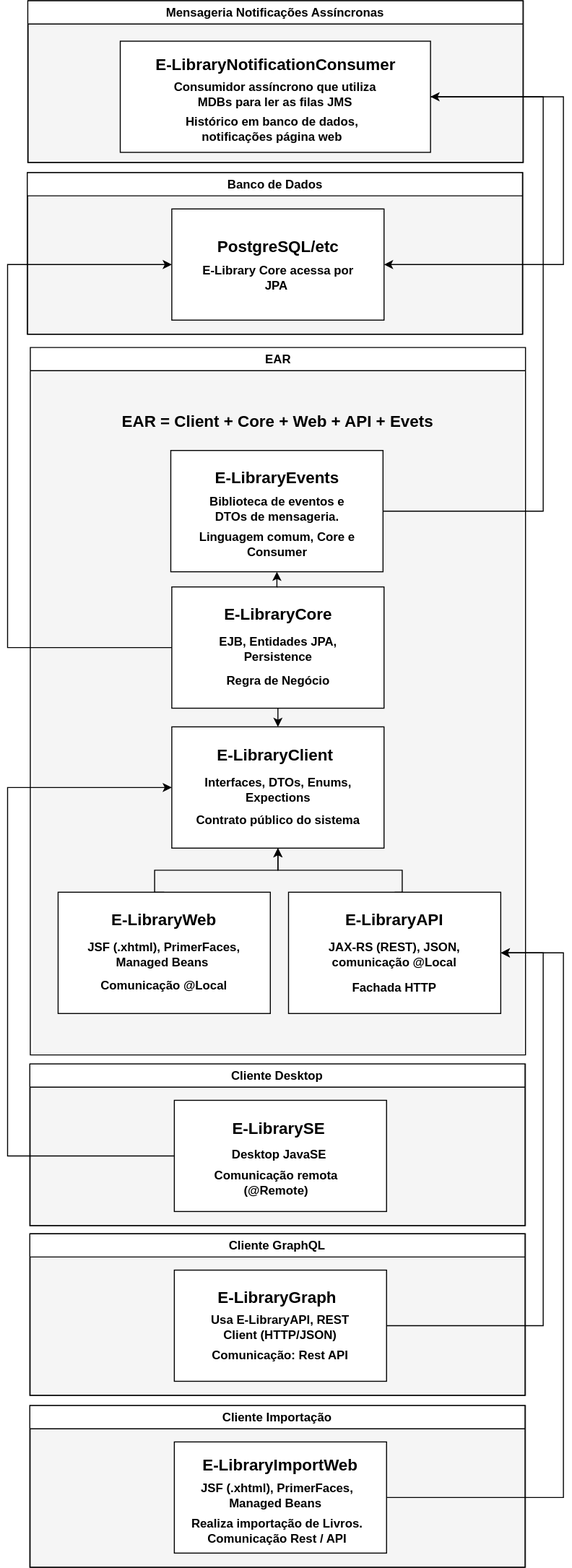
Above: assets/diagrama_ee.svg in michelleGomes85/E-Library (draw.io), before the change. Source tidied: cells renumbered, new cells last; positions are measured from the earlier drawing's top-left corner, leaving out a move shared by most shapes. Source of this version:
```xml
<mxGraphModel>
  <root>
    <mxCell id="0" />
    <mxCell id="1" parent="0" />
    <mxCell id="2" style="group;perimeterSpacing=30;fillColor=#f5f5f5;strokeColor=#666666;fontColor=#333333;" parent="1" vertex="1">
      <mxGeometry x="20" y="170" width="490" height="160" as="geometry" />
    </mxCell>
    <mxCell id="3" value="Banco de Dados" style="swimlane;whiteSpace=wrap;html=1;perimeterSpacing=0;" parent="2" vertex="1">
      <mxGeometry x="-0.5" width="490" height="160" as="geometry" />
    </mxCell>
    <mxCell id="4" style="rounded=0;whiteSpace=wrap;html=1;" parent="3" vertex="1">
      <mxGeometry x="143" y="36" width="210" height="110" as="geometry" />
    </mxCell>
    <mxCell id="5" value="&lt;font size=&quot;3&quot;&gt;&lt;b&gt;PostgreSQL/etc&lt;/b&gt;&lt;/font&gt;" style="text;html=1;whiteSpace=wrap;strokeColor=none;fillColor=none;align=center;verticalAlign=middle;rounded=0;" parent="3" vertex="1">
      <mxGeometry x="193" y="57.5" width="110" height="30" as="geometry" />
    </mxCell>
    <mxCell id="6" value="&lt;font style=&quot;font-size: 12px;&quot;&gt;&lt;b&gt;E-Library Core acessa por JPA&amp;nbsp;&lt;/b&gt;&lt;/font&gt;" style="text;html=1;whiteSpace=wrap;strokeColor=none;fillColor=none;align=center;verticalAlign=middle;rounded=0;" parent="3" vertex="1">
      <mxGeometry x="164.2" y="88.5" width="167.5" height="30" as="geometry" />
    </mxCell>
    <mxCell id="7" style="group;perimeterSpacing=30;fillColor=#f5f5f5;strokeColor=#666666;fontColor=#333333;" parent="1" vertex="1">
      <mxGeometry x="22.5" y="1220" width="490" height="160" as="geometry" />
    </mxCell>
    <mxCell id="8" value="Cliente GraphQL" style="swimlane;whiteSpace=wrap;html=1;perimeterSpacing=0;" parent="7" vertex="1">
      <mxGeometry x="-0.5" width="490" height="160" as="geometry" />
    </mxCell>
    <mxCell id="9" style="rounded=0;whiteSpace=wrap;html=1;" parent="8" vertex="1">
      <mxGeometry x="143" y="36" width="210" height="110" as="geometry" />
    </mxCell>
    <mxCell id="10" value="&lt;font size=&quot;3&quot;&gt;&lt;b&gt;E-LibraryGraph&lt;/b&gt;&lt;/font&gt;" style="text;html=1;whiteSpace=wrap;strokeColor=none;fillColor=none;align=center;verticalAlign=middle;rounded=0;" parent="8" vertex="1">
      <mxGeometry x="165" y="48" width="160" height="30" as="geometry" />
    </mxCell>
    <mxCell id="11" value="&lt;font style=&quot;font-size: 12px;&quot;&gt;&lt;b&gt;Usa E-LibraryAPI, REST Client (HTTP/JSON)&lt;/b&gt;&lt;/font&gt;" style="text;html=1;whiteSpace=wrap;strokeColor=none;fillColor=none;align=center;verticalAlign=middle;rounded=0;" parent="8" vertex="1">
      <mxGeometry x="164.2" y="78" width="167.5" height="30" as="geometry" />
    </mxCell>
    <mxCell id="12" value="&lt;b&gt;Comunicação: Rest API&lt;/b&gt;" style="text;html=1;whiteSpace=wrap;strokeColor=none;fillColor=none;align=center;verticalAlign=middle;rounded=0;" parent="8" vertex="1">
      <mxGeometry x="140" y="106" width="216" height="30" as="geometry" />
    </mxCell>
    <mxCell id="13" style="group;perimeterSpacing=30;fillColor=#f5f5f5;strokeColor=#666666;fontColor=#333333;" parent="1" vertex="1">
      <mxGeometry x="22.5" y="1390" width="490" height="160" as="geometry" />
    </mxCell>
    <mxCell id="14" value="Cliente Importação" style="swimlane;whiteSpace=wrap;html=1;perimeterSpacing=0;" parent="13" vertex="1">
      <mxGeometry x="-0.5" width="490" height="160" as="geometry" />
    </mxCell>
    <mxCell id="15" style="rounded=0;whiteSpace=wrap;html=1;" parent="14" vertex="1">
      <mxGeometry x="143" y="36" width="210" height="110" as="geometry" />
    </mxCell>
    <mxCell id="16" value="&lt;font size=&quot;3&quot;&gt;&lt;b&gt;E-LibraryImportWeb&lt;/b&gt;&lt;/font&gt;" style="text;html=1;whiteSpace=wrap;strokeColor=none;fillColor=none;align=center;verticalAlign=middle;rounded=0;" parent="14" vertex="1">
      <mxGeometry x="165.2" y="43.5" width="165.5" height="30" as="geometry" />
    </mxCell>
    <mxCell id="17" value="&lt;b&gt;JSF (.xhtml), PrimerFaces, Managed Beans&amp;nbsp;&lt;/b&gt;" style="text;html=1;whiteSpace=wrap;strokeColor=none;fillColor=none;align=center;verticalAlign=middle;rounded=0;" parent="14" vertex="1">
      <mxGeometry x="161.2" y="73.5" width="167.5" height="30" as="geometry" />
    </mxCell>
    <mxCell id="18" value="&lt;b&gt;Realiza importação de Livros. Comunicação Rest / API&lt;/b&gt;" style="text;html=1;whiteSpace=wrap;strokeColor=none;fillColor=none;align=center;verticalAlign=middle;rounded=0;" parent="14" vertex="1">
      <mxGeometry x="137" y="108.5" width="216" height="30" as="geometry" />
    </mxCell>
    <mxCell id="19" value="EAR" style="swimlane;whiteSpace=wrap;html=1;" parent="1" vertex="1">
      <mxGeometry x="22.5" y="343.1" width="490" height="700" as="geometry" />
    </mxCell>
    <mxCell id="20" style="group;perimeterSpacing=30;fillColor=#f5f5f5;strokeColor=none;fontColor=#333333;" parent="19" vertex="1">
      <mxGeometry x="2" y="24" width="486" height="675" as="geometry" />
    </mxCell>
    <mxCell id="21" value="&lt;span style=&quot;font-size: medium; font-weight: 700;&quot;&gt;EAR = Client + Core + Web + API + Evets&lt;/span&gt;" style="text;html=1;whiteSpace=wrap;strokeColor=none;fillColor=none;align=center;verticalAlign=middle;rounded=0;" parent="19" vertex="1">
      <mxGeometry x="88.6" y="56.9" width="312.8" height="32.7" as="geometry" />
    </mxCell>
    <mxCell id="22" value="&lt;span style=&quot;color: rgba(0, 0, 0, 0); font-family: monospace; font-size: 0px; text-align: start; text-wrap-mode: nowrap;&quot;&gt;%3CmxGraphModel%3E%3Croot%3E%3CmxCell%20id%3D%220%22%2F%3E%3CmxCell%20id%3D%221%22%20parent%3D%220%22%2F%3E%3CmxCell%20id%3D%222%22%20parent%3D%221%22%20style%3D%22rounded%3D0%3BwhiteSpace%3Dwrap%3Bhtml%3D1%3B%22%20value%3D%22%22%20vertex%3D%221%22%3E%3CmxGeometry%20height%3D%22110%22%20width%3D%22210%22%20x%3D%22261.5%22%20y%3D%22976%22%20as%3D%22geometry%22%2F%3E%3C%2FmxCell%3E%3C%2Froot%3E%3C%2FmxGraphModel%3E&lt;/span&gt;" style="rounded=0;whiteSpace=wrap;html=1;" parent="19" vertex="1">
      <mxGeometry x="140" y="375.4" width="210" height="120" as="geometry" />
    </mxCell>
    <mxCell id="23" value="&lt;b&gt;Interfaces, DTOs, Enums, Expections&lt;/b&gt;" style="text;html=1;whiteSpace=wrap;strokeColor=none;fillColor=none;align=center;verticalAlign=middle;rounded=0;" parent="19" vertex="1">
      <mxGeometry x="161.2" y="421.2" width="167.5" height="32.7" as="geometry" />
    </mxCell>
    <mxCell id="24" value="&lt;b&gt;Contrato público do sistema&lt;/b&gt;" style="text;html=1;whiteSpace=wrap;strokeColor=none;fillColor=none;align=center;verticalAlign=middle;rounded=0;" parent="19" vertex="1">
      <mxGeometry x="137" y="451.7" width="216" height="32.7" as="geometry" />
    </mxCell>
    <mxCell id="25" style="edgeStyle=orthogonalEdgeStyle;rounded=0;jettySize=auto;html=1;exitX=0.5;exitY=0;exitDx=0;exitDy=0;entryX=0.5;entryY=1;entryDx=0;entryDy=0;" parent="19" edge="1" source="27">
      <mxGeometry relative="1" as="geometry">
        <mxPoint x="245" y="495.4" as="targetPoint" />
        <Array as="points">
          <mxPoint x="123" y="517.2" />
          <mxPoint x="245" y="517.2" />
        </Array>
      </mxGeometry>
    </mxCell>
    <mxCell id="26" style="edgeStyle=orthogonalEdgeStyle;rounded=0;jettySize=auto;html=1;exitX=0.5;exitY=0;exitDx=0;exitDy=0;entryX=0.5;entryY=1;entryDx=0;entryDy=0;" parent="19" edge="1" source="31" target="22">
      <mxGeometry relative="1" as="geometry">
        <Array as="points">
          <mxPoint x="368" y="517.2" />
          <mxPoint x="245" y="517.2" />
        </Array>
      </mxGeometry>
    </mxCell>
    <mxCell id="27" style="rounded=0;whiteSpace=wrap;html=1;" parent="19" vertex="1">
      <mxGeometry x="27.5" y="539" width="210" height="120" as="geometry" />
    </mxCell>
    <mxCell id="28" value="&lt;font size=&quot;3&quot;&gt;&lt;b&gt;E-LibraryWeb&lt;/b&gt;&lt;/font&gt;" style="text;html=1;whiteSpace=wrap;strokeColor=none;fillColor=none;align=center;verticalAlign=middle;rounded=0;" parent="19" vertex="1">
      <mxGeometry x="77.5" y="549.9" width="110" height="32.7" as="geometry" />
    </mxCell>
    <mxCell id="29" value="&lt;font style=&quot;font-size: 12px;&quot;&gt;&lt;b&gt;JSF (.xhtml), PrimerFaces, Managed Beans&amp;nbsp;&lt;/b&gt;&lt;/font&gt;" style="text;html=1;whiteSpace=wrap;strokeColor=none;fillColor=none;align=center;verticalAlign=middle;rounded=0;" parent="19" vertex="1">
      <mxGeometry x="48.8" y="584.8" width="167.5" height="32.7" as="geometry" />
    </mxCell>
    <mxCell id="30" value="&lt;b&gt;Comunicação @Local&lt;/b&gt;" style="text;html=1;whiteSpace=wrap;strokeColor=none;fillColor=none;align=center;verticalAlign=middle;rounded=0;" parent="19" vertex="1">
      <mxGeometry x="24.5" y="615.4" width="216" height="32.7" as="geometry" />
    </mxCell>
    <mxCell id="31" style="rounded=0;whiteSpace=wrap;html=1;" parent="19" vertex="1">
      <mxGeometry x="255.5" y="539" width="210" height="120" as="geometry" />
    </mxCell>
    <mxCell id="32" value="&lt;b&gt;JAX-RS (REST), JSON, comunicação @Local&lt;/b&gt;" style="text;html=1;whiteSpace=wrap;strokeColor=none;fillColor=none;align=center;verticalAlign=middle;rounded=0;" parent="19" vertex="1">
      <mxGeometry x="276.8" y="584.8" width="167.5" height="32.7" as="geometry" />
    </mxCell>
    <mxCell id="33" value="&lt;b&gt;Fachada HTTP&lt;/b&gt;" style="text;html=1;whiteSpace=wrap;strokeColor=none;fillColor=none;align=center;verticalAlign=middle;rounded=0;" parent="19" vertex="1">
      <mxGeometry x="275.5" y="617.5" width="170" height="32.7" as="geometry" />
    </mxCell>
    <mxCell id="34" value="&lt;font size=&quot;3&quot;&gt;&lt;b&gt;E-LibraryAPI&lt;/b&gt;&lt;/font&gt;" style="text;html=1;whiteSpace=wrap;strokeColor=none;fillColor=none;align=center;verticalAlign=middle;rounded=0;" parent="19" vertex="1">
      <mxGeometry x="305" y="549.9" width="110" height="32.7" as="geometry" />
    </mxCell>
    <mxCell id="35" value="&lt;font size=&quot;3&quot;&gt;&lt;b&gt;E-LibraryClient&lt;/b&gt;&lt;/font&gt;" style="text;html=1;whiteSpace=wrap;strokeColor=none;fillColor=none;align=center;verticalAlign=middle;rounded=0;" parent="19" vertex="1">
      <mxGeometry x="183.9" y="386.3" width="117.8" height="32.7" as="geometry" />
    </mxCell>
    <mxCell id="36" style="group;" parent="19" vertex="1">
      <mxGeometry x="137" y="236.9" width="216" height="120" as="geometry" />
    </mxCell>
    <mxCell id="37" value="&lt;span style=&quot;color: rgba(0, 0, 0, 0); font-family: monospace; font-size: 0px; text-align: start; text-wrap-mode: nowrap;&quot;&gt;%3CmxGraphModel%3E%3Croot%3E%3CmxCell%20id%3D%220%22%2F%3E%3CmxCell%20id%3D%221%22%20parent%3D%220%22%2F%3E%3CmxCell%20id%3D%222%22%20parent%3D%221%22%20style%3D%22rounded%3D0%3BwhiteSpace%3Dwrap%3Bhtml%3D1%3B%22%20value%3D%22%22%20vertex%3D%221%22%3E%3CmxGeometry%20height%3D%22110%22%20width%3D%22210%22%20x%3D%22261.5%22%20y%3D%22976%22%20as%3D%22geometry%22%2F%3E%3C%2FmxCell%3E%3C%2Froot%3E%3C%2FmxGraphModel%3E&lt;/span&gt;" style="rounded=0;whiteSpace=wrap;html=1;" parent="36" vertex="1">
      <mxGeometry x="3" width="210" height="120" as="geometry" />
    </mxCell>
    <mxCell id="38" value="&lt;font size=&quot;3&quot;&gt;&lt;b&gt;E-LibraryCore&lt;/b&gt;&lt;/font&gt;" style="text;html=1;whiteSpace=wrap;strokeColor=none;fillColor=none;align=center;verticalAlign=middle;rounded=0;" parent="36" vertex="1">
      <mxGeometry x="53" y="10.9" width="110" height="32.7" as="geometry" />
    </mxCell>
    <mxCell id="39" value="&lt;font style=&quot;font-size: 12px;&quot;&gt;&lt;b&gt;EJB, Entidades JPA, Persistence&lt;/b&gt;&lt;/font&gt;" style="text;html=1;whiteSpace=wrap;strokeColor=none;fillColor=none;align=center;verticalAlign=middle;rounded=0;" parent="36" vertex="1">
      <mxGeometry x="24.2" y="45.8" width="167.5" height="32.7" as="geometry" />
    </mxCell>
    <mxCell id="40" value="&lt;b&gt;Regra de Negócio&lt;/b&gt;" style="text;html=1;whiteSpace=wrap;strokeColor=none;fillColor=none;align=center;verticalAlign=middle;rounded=0;" parent="36" vertex="1">
      <mxGeometry y="76.4" width="216" height="32.7" as="geometry" />
    </mxCell>
    <mxCell id="41" style="group;" parent="19" vertex="1">
      <mxGeometry x="136" y="101.9" width="216" height="120" as="geometry" />
    </mxCell>
    <mxCell id="42" style="rounded=0;whiteSpace=wrap;html=1;" parent="41" vertex="1">
      <mxGeometry x="3" width="210" height="120" as="geometry" />
    </mxCell>
    <mxCell id="43" value="&lt;font size=&quot;3&quot;&gt;&lt;b&gt;E-LibraryEvents&lt;/b&gt;&lt;/font&gt;" style="text;html=1;whiteSpace=wrap;strokeColor=none;fillColor=none;align=center;verticalAlign=middle;rounded=0;" parent="41" vertex="1">
      <mxGeometry x="43.2" y="10.9" width="129.5" height="32.7" as="geometry" />
    </mxCell>
    <mxCell id="44" value="&lt;b&gt;Biblioteca de eventos e DTOs de mensageria.&lt;/b&gt;" style="text;html=1;whiteSpace=wrap;strokeColor=none;fillColor=none;align=center;verticalAlign=middle;rounded=0;" parent="41" vertex="1">
      <mxGeometry x="24.2" y="41.6" width="167.5" height="32.7" as="geometry" />
    </mxCell>
    <mxCell id="45" value="&lt;b&gt;Linguagem comum, Core e Consumer&lt;/b&gt;" style="text;html=1;whiteSpace=wrap;strokeColor=none;fillColor=none;align=center;verticalAlign=middle;rounded=0;" parent="41" vertex="1">
      <mxGeometry y="76.4" width="216" height="32.7" as="geometry" />
    </mxCell>
    <mxCell id="46" style="edgeStyle=orthogonalEdgeStyle;rounded=0;jettySize=auto;html=1;exitX=0.5;exitY=1;exitDx=0;exitDy=0;entryX=0.5;entryY=0;entryDx=0;entryDy=0;" parent="19" edge="1" source="37" target="22">
      <mxGeometry relative="1" as="geometry" />
    </mxCell>
    <mxCell id="47" style="edgeStyle=orthogonalEdgeStyle;rounded=0;jettySize=auto;html=1;exitX=0.5;exitY=0;exitDx=0;exitDy=0;entryX=0.5;entryY=1;entryDx=0;entryDy=0;" parent="19" edge="1" source="37" target="42">
      <mxGeometry relative="1" as="geometry" />
    </mxCell>
    <mxCell id="48" style="group;perimeterSpacing=30;fillColor=#f5f5f5;strokeColor=#666666;fontColor=#333333;" parent="1" vertex="1">
      <mxGeometry x="22.5" y="1052" width="490" height="160" as="geometry" />
    </mxCell>
    <mxCell id="49" value="Cliente Desktop" style="swimlane;whiteSpace=wrap;html=1;perimeterSpacing=0;" parent="48" vertex="1">
      <mxGeometry x="-0.5" width="490" height="160" as="geometry" />
    </mxCell>
    <mxCell id="50" style="rounded=0;whiteSpace=wrap;html=1;" parent="49" vertex="1">
      <mxGeometry x="143" y="36" width="210" height="110" as="geometry" />
    </mxCell>
    <mxCell id="51" value="&lt;b style=&quot;font-size: medium;&quot;&gt;E-LibrarySE&lt;/b&gt;" style="text;html=1;whiteSpace=wrap;strokeColor=none;fillColor=none;align=center;verticalAlign=middle;rounded=0;" parent="49" vertex="1">
      <mxGeometry x="183.2" y="49" width="127" height="30" as="geometry" />
    </mxCell>
    <mxCell id="52" value="&lt;b&gt;Desktop JavaSE&lt;/b&gt;" style="text;html=1;whiteSpace=wrap;strokeColor=none;fillColor=none;align=center;verticalAlign=middle;rounded=0;" parent="49" vertex="1">
      <mxGeometry x="198.9" y="74.5" width="95.8" height="30" as="geometry" />
    </mxCell>
    <mxCell id="53" value="&lt;b&gt;Comunicação remota (@Remote)&lt;/b&gt;" style="text;html=1;whiteSpace=wrap;strokeColor=none;fillColor=none;align=center;verticalAlign=middle;rounded=0;" parent="49" vertex="1">
      <mxGeometry x="177.7" y="103" width="132" height="30" as="geometry" />
    </mxCell>
    <mxCell id="54" style="edgeStyle=orthogonalEdgeStyle;rounded=0;jettySize=auto;html=1;exitX=1;exitY=0.5;exitDx=0;exitDy=0;entryX=1;entryY=0.5;entryDx=0;entryDy=0;" parent="1" edge="1" source="9" target="31">
      <mxGeometry relative="1" as="geometry">
        <Array as="points">
          <mxPoint x="530" y="1311" />
          <mxPoint x="530" y="942" />
        </Array>
      </mxGeometry>
    </mxCell>
    <mxCell id="55" style="edgeStyle=orthogonalEdgeStyle;rounded=0;jettySize=auto;html=1;exitX=0;exitY=0.5;exitDx=0;exitDy=0;entryX=0;entryY=0.5;entryDx=0;entryDy=0;" parent="1" edge="1" source="50" target="22">
      <mxGeometry relative="1" as="geometry">
        <Array as="points">
          <mxPoint y="1143" />
          <mxPoint y="779" />
        </Array>
      </mxGeometry>
    </mxCell>
    <mxCell id="56" style="edgeStyle=orthogonalEdgeStyle;rounded=0;jettySize=auto;html=1;exitX=0;exitY=0.5;exitDx=0;exitDy=0;entryX=0;entryY=0.5;entryDx=0;entryDy=0;" parent="1" edge="1" source="37" target="4">
      <mxGeometry relative="1" as="geometry">
        <Array as="points">
          <mxPoint y="640" />
          <mxPoint y="261" />
        </Array>
      </mxGeometry>
    </mxCell>
    <mxCell id="57" style="group;perimeterSpacing=30;fillColor=#f5f5f5;strokeColor=#666666;fontColor=#333333;" parent="1" vertex="1">
      <mxGeometry x="20.5" width="490" height="160" as="geometry" />
    </mxCell>
    <mxCell id="58" value="Mensageria Notificações Assíncronas" style="swimlane;whiteSpace=wrap;html=1;perimeterSpacing=0;" parent="57" vertex="1">
      <mxGeometry x="-0.5" width="490" height="160" as="geometry" />
    </mxCell>
    <mxCell id="59" style="rounded=0;whiteSpace=wrap;html=1;" parent="58" vertex="1">
      <mxGeometry x="91.5" y="40" width="307" height="110" as="geometry" />
    </mxCell>
    <mxCell id="60" value="&lt;font size=&quot;3&quot;&gt;&lt;b&gt;E-LibraryNotificationConsumer&lt;/b&gt;&lt;/font&gt;" style="text;html=1;whiteSpace=wrap;strokeColor=none;fillColor=none;align=center;verticalAlign=middle;rounded=0;" parent="58" vertex="1">
      <mxGeometry x="121.5" y="48" width="247" height="30" as="geometry" />
    </mxCell>
    <mxCell id="61" value="&lt;b&gt;Consumidor assíncrono que utiliza MDBs para ler as filas JMS&lt;/b&gt;" style="text;html=1;whiteSpace=wrap;strokeColor=none;fillColor=none;align=center;verticalAlign=middle;rounded=0;" parent="58" vertex="1">
      <mxGeometry x="142.1" y="78" width="205.8" height="30" as="geometry" />
    </mxCell>
    <mxCell id="62" value="&lt;b&gt;Histórico em banco de dados, notificações página web&lt;/b&gt;" style="text;html=1;whiteSpace=wrap;strokeColor=none;fillColor=none;align=center;verticalAlign=middle;rounded=0;" parent="58" vertex="1">
      <mxGeometry x="139.1" y="112" width="205.8" height="30" as="geometry" />
    </mxCell>
    <mxCell id="63" style="edgeStyle=orthogonalEdgeStyle;rounded=0;jettySize=auto;html=1;exitX=1;exitY=0.5;exitDx=0;exitDy=0;entryX=1;entryY=0.5;entryDx=0;entryDy=0;" parent="1" edge="1" source="42" target="59">
      <mxGeometry relative="1" as="geometry">
        <Array as="points">
          <mxPoint x="530" y="505" />
          <mxPoint x="530" y="95" />
        </Array>
      </mxGeometry>
    </mxCell>
    <mxCell id="64" style="edgeStyle=orthogonalEdgeStyle;rounded=0;jettySize=auto;html=1;exitX=1;exitY=0.5;exitDx=0;exitDy=0;entryX=1;entryY=0.5;entryDx=0;entryDy=0;" parent="1" edge="1" source="59" target="4">
      <mxGeometry relative="1" as="geometry">
        <Array as="points">
          <mxPoint x="550" y="95" />
          <mxPoint x="550" y="261" />
        </Array>
      </mxGeometry>
    </mxCell>
    <mxCell id="65" style="edgeStyle=orthogonalEdgeStyle;rounded=0;jettySize=auto;html=1;exitX=1;exitY=0.5;exitDx=0;exitDy=0;entryX=1;entryY=0.5;entryDx=0;entryDy=0;" parent="1" edge="1" source="15" target="31">
      <mxGeometry relative="1" as="geometry">
        <Array as="points">
          <mxPoint x="550" y="1481" />
          <mxPoint x="550" y="942" />
        </Array>
      </mxGeometry>
    </mxCell>
  </root>
</mxGraphModel>
```
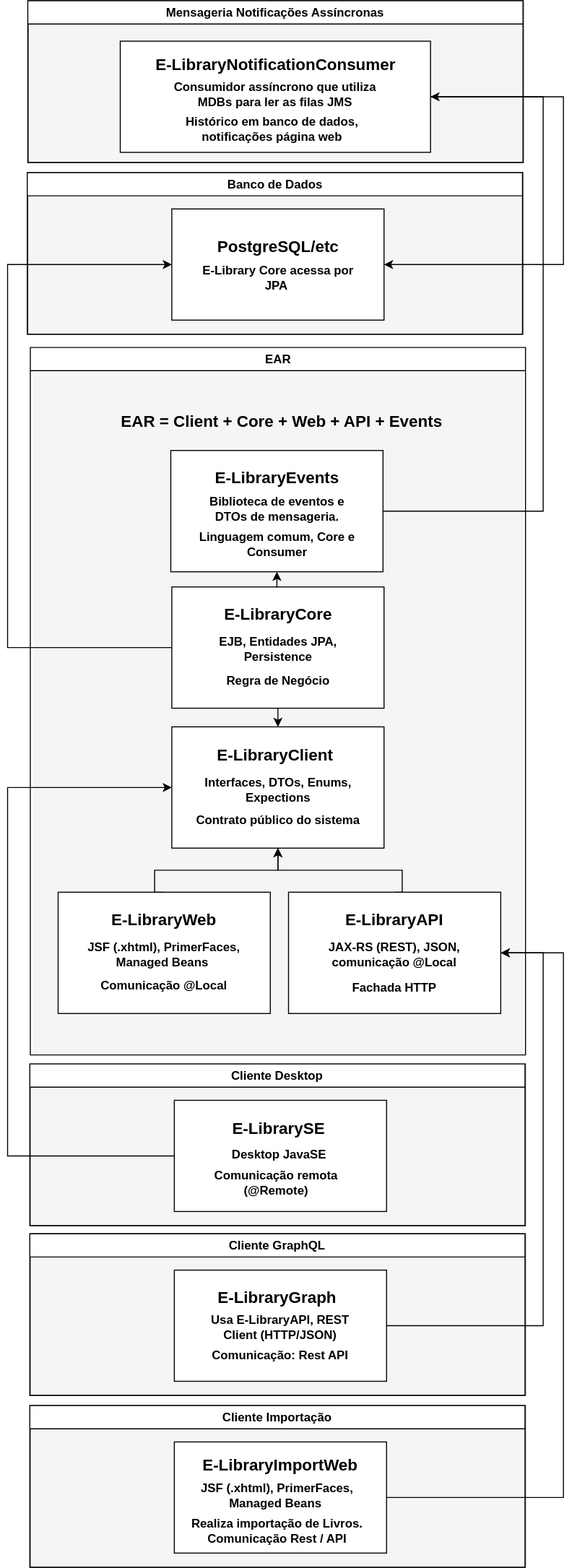
After the change.

What changed in the source:
```diff
@@ -59,8 +59,8 @@
     <mxCell id="20" style="group;perimeterSpacing=30;fillColor=#f5f5f5;strokeColor=none;fontColor=#333333;" parent="19" vertex="1">
       <mxGeometry x="2" y="24" width="486" height="675" as="geometry" />
     </mxCell>
-    <mxCell id="21" value="&lt;span style=&quot;font-size: medium; font-weight: 700;&quot;&gt;EAR = Client + Core + Web + API + Evets&lt;/span&gt;" style="text;html=1;whiteSpace=wrap;strokeColor=none;fillColor=none;align=center;verticalAlign=middle;rounded=0;" parent="19" vertex="1">
-      <mxGeometry x="88.6" y="56.9" width="312.8" height="32.7" as="geometry" />
+    <mxCell id="21" value="&lt;span style=&quot;font-size: medium; font-weight: 700;&quot;&gt;EAR = Client + Core + Web + API + Events&lt;/span&gt;" style="text;html=1;whiteSpace=wrap;strokeColor=none;fillColor=none;align=center;verticalAlign=middle;rounded=0;" parent="19" vertex="1">
+      <mxGeometry x="88.6" y="56.9" width="321.4" height="32.7" as="geometry" />
     </mxCell>
     <mxCell id="22" value="&lt;span style=&quot;color: rgba(0, 0, 0, 0); font-family: monospace; font-size: 0px; text-align: start; text-wrap-mode: nowrap;&quot;&gt;%3CmxGraphModel%3E%3Croot%3E%3CmxCell%20id%3D%220%22%2F%3E%3CmxCell%20id%3D%221%22%20parent%3D%220%22%2F%3E%3CmxCell%20id%3D%222%22%20parent%3D%221%22%20style%3D%22rounded%3D0%3BwhiteSpace%3Dwrap%3Bhtml%3D1%3B%22%20value%3D%22%22%20vertex%3D%221%22%3E%3CmxGeometry%20height%3D%22110%22%20width%3D%22210%22%20x%3D%22261.5%22%20y%3D%22976%22%20as%3D%22geometry%22%2F%3E%3C%2FmxCell%3E%3C%2Froot%3E%3C%2FmxGraphModel%3E&lt;/span&gt;" style="rounded=0;whiteSpace=wrap;html=1;" parent="19" vertex="1">
       <mxGeometry x="140" y="375.4" width="210" height="120" as="geometry" />
```
